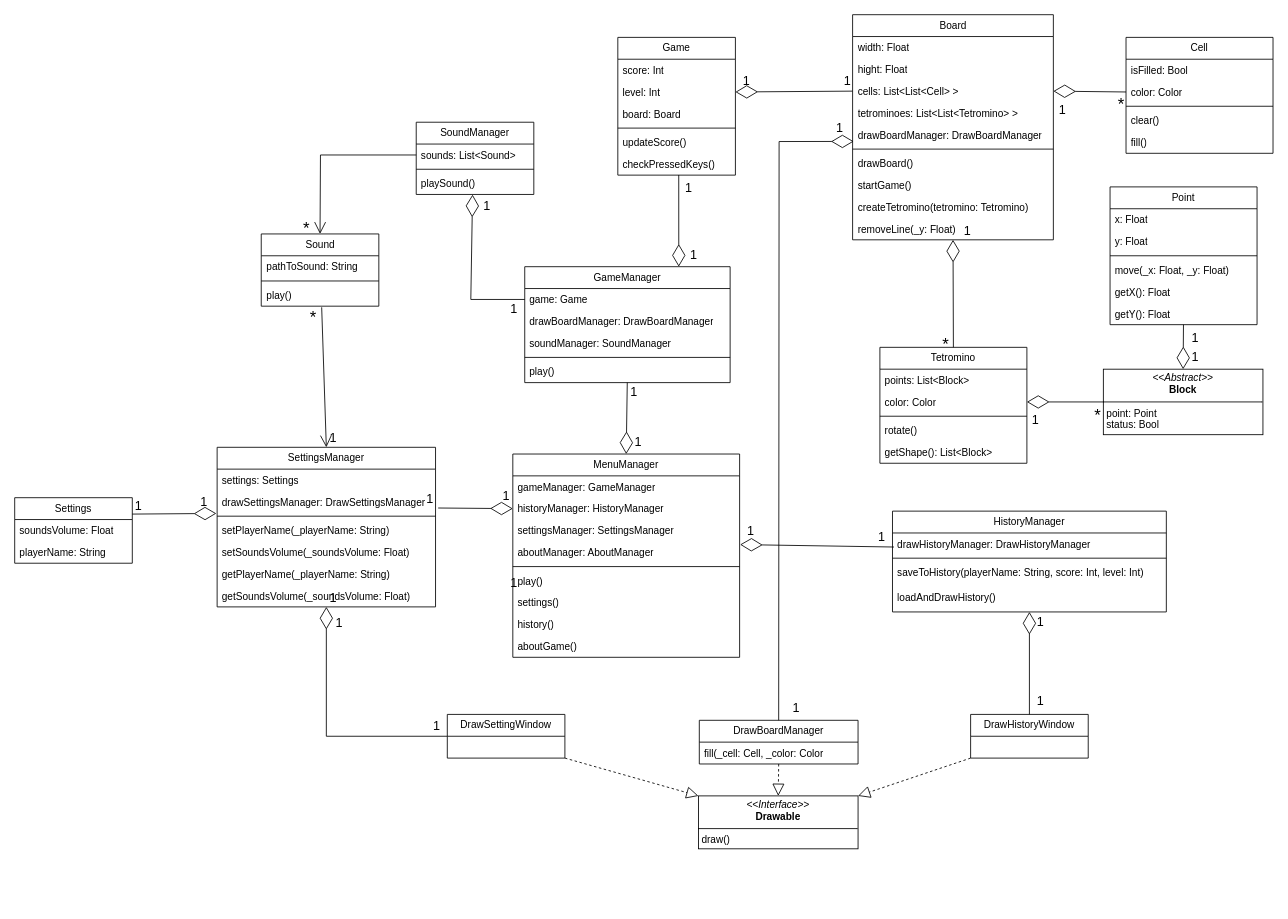
nemk0ff/SenlaCourse keeps this draw.io diagram as 4/Tetris.drawio. Above is the earlier version. Source tidied: cells renumbered, new cells numbered last; positions are measured from the earlier drawing's top-left corner, leaving out a move shared by most shapes. Both pictures are drawn from the tidied source at 84%, with x=0, y=0 at pixel (14, 14).
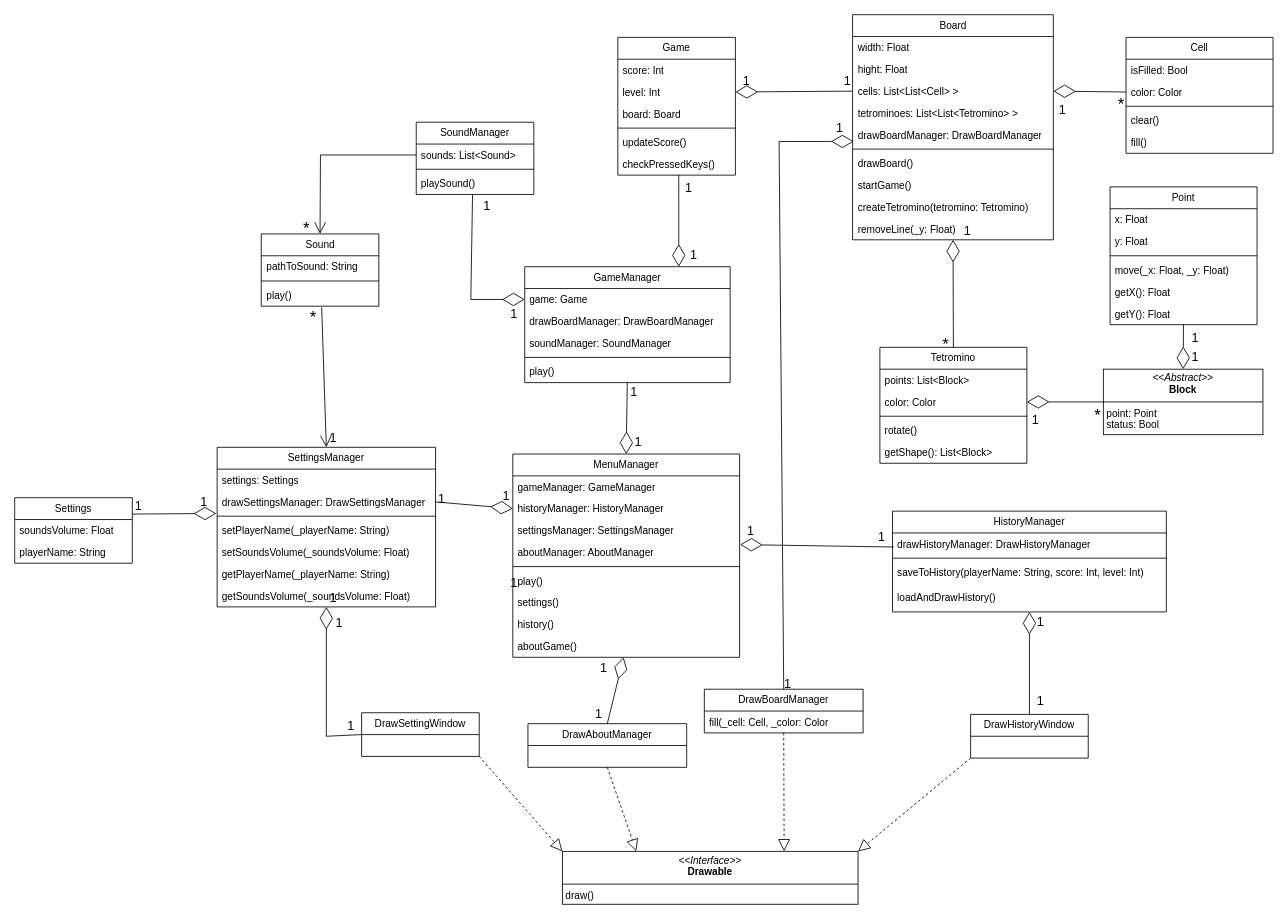
After the change.

The change refers to these unchanged cells:
```xml
<mxCell id="10" value="game: Game" style="text;strokeColor=none;fillColor=none;align=left;verticalAlign=top;spacingLeft=4;spacingRight=4;overflow=hidden;points=[[0,0.5],[1,0.5]];portConstraint=eastwest;whiteSpace=wrap;html=1;" parent="9" vertex="1">
  <mxGeometry y="26" width="244.5" height="26" as="geometry" />
</mxCell>
<mxCell id="33" value="historyManager: HistoryManager" style="text;strokeColor=none;fillColor=none;align=left;verticalAlign=top;spacingLeft=4;spacingRight=4;overflow=hidden;points=[[0,0.5],[1,0.5]];portConstraint=eastwest;whiteSpace=wrap;html=1;" parent="31" vertex="1">
  <mxGeometry y="52" width="270" height="26" as="geometry" />
</mxCell>
<mxCell id="40" value="aboutGame()" style="text;strokeColor=none;fillColor=none;align=left;verticalAlign=top;spacingLeft=4;spacingRight=4;overflow=hidden;points=[[0,0.5],[1,0.5]];portConstraint=eastwest;whiteSpace=wrap;html=1;" parent="31" vertex="1">
  <mxGeometry y="216" width="270" height="26" as="geometry" />
</mxCell>
<mxCell id="43" value="drawSettingsManager: DrawSettingsManager" style="text;strokeColor=none;fillColor=none;align=left;verticalAlign=top;spacingLeft=4;spacingRight=4;overflow=hidden;points=[[0,0.5],[1,0.5]];portConstraint=eastwest;whiteSpace=wrap;html=1;" parent="41" vertex="1">
  <mxGeometry y="52" width="260" height="26" as="geometry" />
</mxCell>
<mxCell id="62" value="playSound()" style="text;strokeColor=none;fillColor=none;align=left;verticalAlign=top;spacingLeft=4;spacingRight=4;overflow=hidden;points=[[0,0.5],[1,0.5]];portConstraint=eastwest;whiteSpace=wrap;html=1;" parent="59" vertex="1">
  <mxGeometry y="60" width="140" height="26" as="geometry" />
</mxCell>
```

Change to the diagram source:
```diff
@@
     <mxCell id="57" value="DrawBoardManager" style="swimlane;fontStyle=0;horizontal=1;startSize=26;fillColor=none;whiteSpace=wrap;html=1;" parent="1" vertex="1">
-      <mxGeometry x="815" y="840" width="189" height="52" as="geometry" />
+      <mxGeometry x="821" y="803" width="189" height="52" as="geometry" />
     </mxCell>
@@
     <mxCell id="76" value="DrawSettingWindow" style="swimlane;fontStyle=0;horizontal=1;startSize=26;fillColor=none;whiteSpace=wrap;html=1;" parent="1" vertex="1">
-      <mxGeometry x="515" y="833" width="140" height="52" as="geometry" />
+      <mxGeometry x="413" y="831" width="140" height="52" as="geometry" />
     </mxCell>
@@
     <mxCell id="78" value="&lt;p style=&quot;margin:0px;margin-top:4px;text-align:center;&quot;&gt;&lt;i&gt;&amp;lt;&amp;lt;Interface&amp;gt;&amp;gt;&lt;/i&gt;&lt;br&gt;&lt;b&gt;Drawable&lt;/b&gt;&lt;/p&gt;&lt;hr size=&quot;1&quot; style=&quot;border-style:solid;&quot;&gt;&lt;p style=&quot;margin:0px;margin-left:4px;&quot;&gt;draw()&lt;/p&gt;" style="verticalAlign=top;align=left;overflow=fill;html=1;whiteSpace=wrap;" parent="1" vertex="1">
-      <mxGeometry x="814" y="930" width="190" height="63" as="geometry" />
+      <mxGeometry x="652" y="996" width="352" height="63" as="geometry" />
     </mxCell>
@@
-    <mxCell id="80" style="endArrow=block;dashed=1;endFill=0;endSize=12;html=1;rounded=0;exitX=0.5;exitY=1;exitDx=0;exitDy=0;entryX=0.5;entryY=0;entryDx=0;entryDy=0;" parent="1" edge="1" source="57" target="78">
+    <mxCell id="80" style="endArrow=block;dashed=1;endFill=0;endSize=12;html=1;rounded=0;exitX=0.5;exitY=1;exitDx=0;exitDy=0;entryX=0.75;entryY=0;entryDx=0;entryDy=0;" parent="1" edge="1" source="57" target="78">
       <mxGeometry relative="1" as="geometry" />
     </mxCell>
@@
-    <mxCell id="84" style="endArrow=diamondThin;endFill=0;endSize=24;html=1;rounded=0;exitX=0;exitY=0.5;exitDx=0;exitDy=0;entryX=0.479;entryY=1.007;entryDx=0;entryDy=0;entryPerimeter=0;" parent="1" edge="1" source="10" target="62">
-      <mxGeometry relative="1" as="geometry">
-        <Array as="points">
-          <mxPoint x="543" y="339" />
-        </Array>
-      </mxGeometry>
-    </mxCell>
@@
-    <mxCell id="114" style="endArrow=diamondThin;endFill=0;endSize=24;html=1;rounded=0;exitX=0.891;exitY=0.876;exitDx=0;exitDy=0;entryX=0;entryY=0.5;entryDx=0;entryDy=0;exitPerimeter=0;" parent="1" edge="1" source="119" target="33">
+    <mxCell id="114" style="endArrow=diamondThin;endFill=0;endSize=24;html=1;rounded=0;entryX=0;entryY=0.5;entryDx=0;entryDy=0;exitX=1;exitY=0.5;exitDx=0;exitDy=0;" parent="1" edge="1" source="43" target="33">
       <mxGeometry relative="1" as="geometry" />
     </mxCell>
@@
     <mxCell id="119" value="&lt;font style=&quot;font-size: 15px;&quot;&gt;1&lt;/font&gt;" style="text;html=1;align=center;verticalAlign=middle;points=[];strokeColor=none;fillColor=none;" parent="1" vertex="1">
-      <mxGeometry x="481" y="561" width="26" height="30" as="geometry" />
+      <mxGeometry x="495" y="561" width="26" height="30" as="geometry" />
     </mxCell>
@@
     <mxCell id="122" value="&lt;font style=&quot;font-size: 15px;&quot;&gt;1&lt;/font&gt;" style="text;html=1;align=center;verticalAlign=middle;strokeColor=none;fillColor=none;" parent="1" vertex="1">
-      <mxGeometry x="581.2" y="335" width="26" height="30" as="geometry" />
+      <mxGeometry x="581.2" y="340" width="26" height="30" as="geometry" />
     </mxCell>
@@
     <mxCell id="126" value="&lt;font style=&quot;font-size: 15px;&quot;&gt;1&lt;/font&gt;" style="text;html=1;align=center;verticalAlign=middle;strokeColor=none;fillColor=none;" parent="1" vertex="1">
-      <mxGeometry x="489" y="831" width="26" height="30" as="geometry" />
+      <mxGeometry x="387" y="831" width="26" height="30" as="geometry" />
     </mxCell>
@@
     <mxCell id="131" value="&lt;font style=&quot;font-size: 15px;&quot;&gt;1&lt;/font&gt;" style="text;html=1;align=center;verticalAlign=middle;strokeColor=none;fillColor=none;" parent="1" vertex="1">
-      <mxGeometry x="917" y="810" width="26" height="30" as="geometry" />
+      <mxGeometry x="907" y="781" width="26" height="30" as="geometry" />
     </mxCell>
@@
+    <mxCell id="84" style="endArrow=diamondThin;endFill=0;endSize=24;html=1;rounded=0;exitX=0.479;exitY=1.007;exitDx=0;exitDy=0;entryX=0;entryY=0.5;entryDx=0;entryDy=0;exitPerimeter=0;" parent="1" edge="1" source="62" target="10">
+      <mxGeometry relative="1" as="geometry">
+        <Array as="points">
+          <mxPoint x="543" y="339" />
+        </Array>
+      </mxGeometry>
+    </mxCell>
+    <mxCell id="137" value="DrawAboutManager" style="swimlane;fontStyle=0;horizontal=1;startSize=26;fillColor=none;whiteSpace=wrap;html=1;" parent="1" vertex="1">
+      <mxGeometry x="611" y="844" width="189" height="52" as="geometry" />
+    </mxCell>
+    <mxCell id="138" style="endArrow=block;dashed=1;endFill=0;endSize=12;html=1;rounded=0;exitX=0.5;exitY=1;exitDx=0;exitDy=0;entryX=0.25;entryY=0;entryDx=0;entryDy=0;" parent="1" edge="1" source="137" target="78">
+      <mxGeometry relative="1" as="geometry" />
+    </mxCell>
+    <mxCell id="139" style="endArrow=diamondThin;endFill=0;endSize=24;html=1;rounded=0;exitX=0.5;exitY=0;exitDx=0;exitDy=0;" parent="1" edge="1" source="137" target="40">
+      <mxGeometry relative="1" as="geometry" />
+    </mxCell>
+    <mxCell id="140" value="&lt;font style=&quot;font-size: 15px;&quot;&gt;1&lt;/font&gt;" style="text;html=1;align=center;verticalAlign=middle;strokeColor=none;fillColor=none;" parent="1" vertex="1">
+      <mxGeometry x="688" y="762" width="26" height="30" as="geometry" />
+    </mxCell>
+    <mxCell id="141" value="&lt;font style=&quot;font-size: 15px;&quot;&gt;1&lt;/font&gt;" style="text;html=1;align=center;verticalAlign=middle;strokeColor=none;fillColor=none;" parent="1" vertex="1">
+      <mxGeometry x="682" y="817" width="26" height="30" as="geometry" />
+    </mxCell>
```
